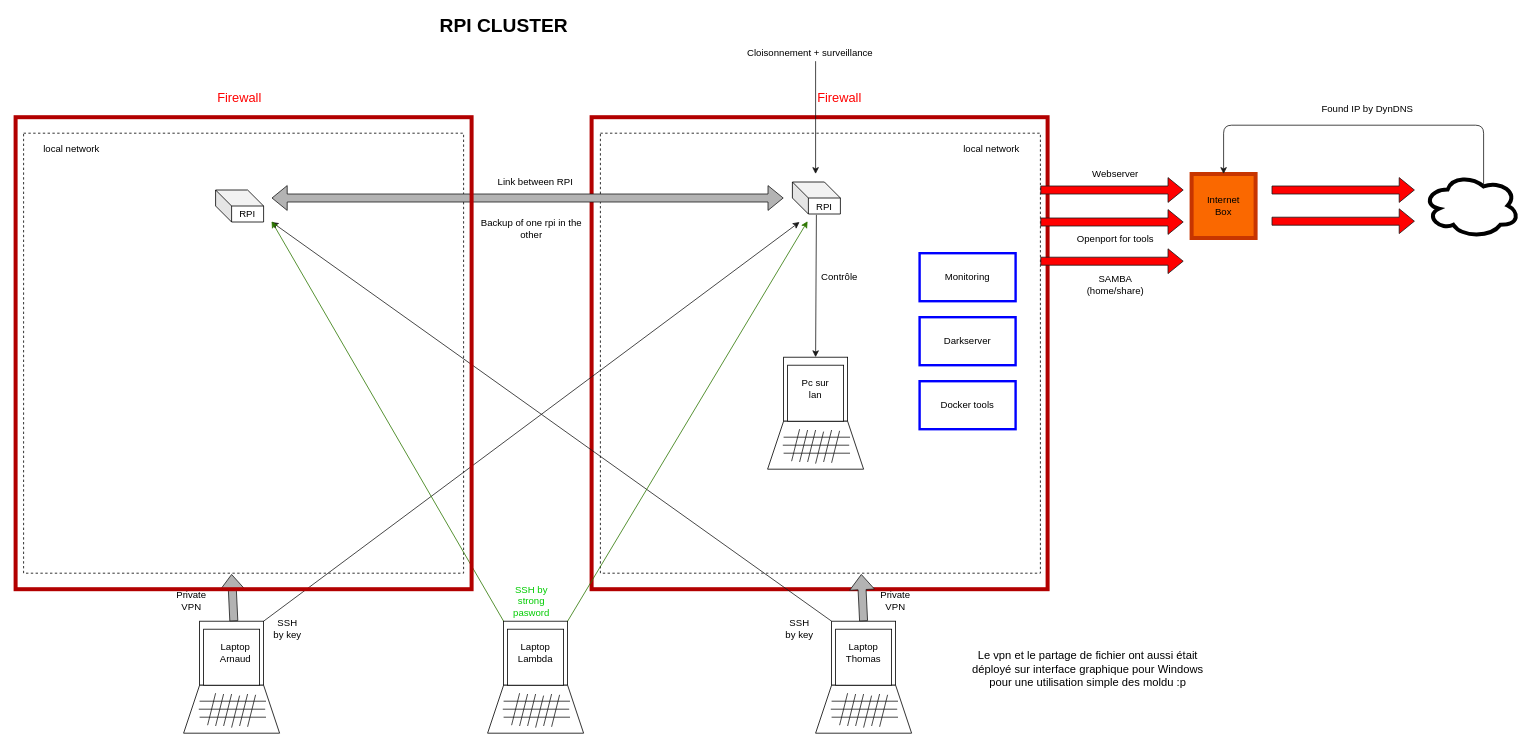
This is RPI_SERVER.drawio from YNRA/RPI_SERVER, a draw.io file, before an edit. Source tidied: cells renumbered, new cells numbered last; positions are measured from the earlier drawing's top-left corner, leaving out a move shared by most shapes. Both pictures are drawn from the tidied source at 80%, with x=0, y=0 at pixel (15, 21).
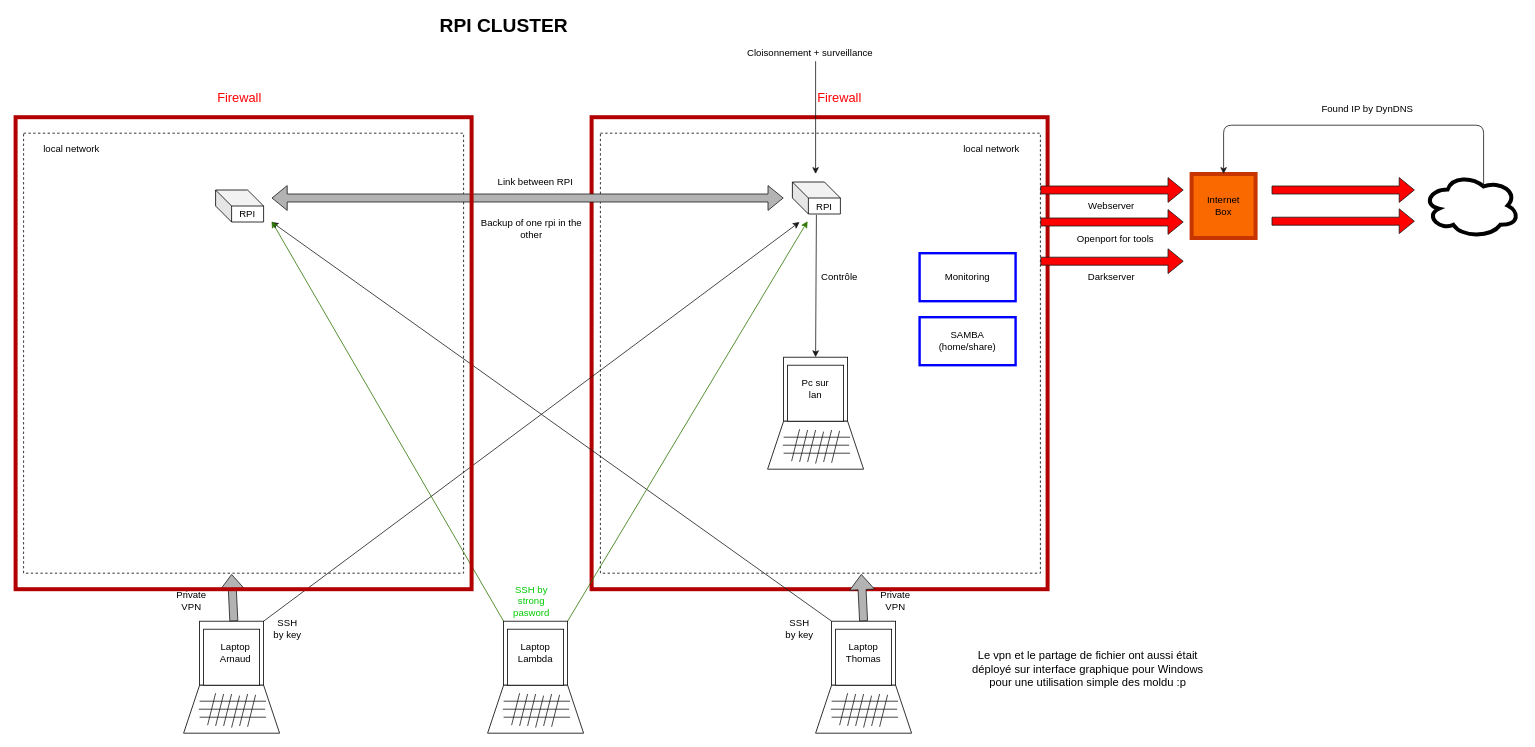
Above is the later version.

Change to the diagram source:
```diff
@@
     <mxCell id="72" value="Webserver" style="text;html=1;strokeColor=none;fillColor=none;align=center;verticalAlign=middle;whiteSpace=wrap;rounded=0;" parent="1" vertex="1">
-      <mxGeometry x="1340" y="181" width="70" height="20" as="geometry" />
+      <mxGeometry x="1335" y="220.5" width="70" height="20" as="geometry" />
     </mxCell>
@@
     <mxCell id="87" value="Darkserver" style="text;html=1;strokeColor=none;fillColor=none;align=center;verticalAlign=middle;whiteSpace=wrap;rounded=0;" parent="1" vertex="1">
-      <mxGeometry x="1140" y="380" width="100" height="40" as="geometry" />
+      <mxGeometry x="1320" y="300" width="100" height="40" as="geometry" />
     </mxCell>
-    <mxCell id="88" style="rounded=0;whiteSpace=wrap;html=1;strokeWidth=3;fillColor=none;gradientColor=none;strokeColor=#0000FF;" parent="1" vertex="1">
-      <mxGeometry x="1130" y="450" width="120" height="60" as="geometry" />
-    </mxCell>
-    <mxCell id="89" value="Docker tools" style="text;html=1;strokeColor=none;fillColor=none;align=center;verticalAlign=middle;whiteSpace=wrap;rounded=0;" parent="1" vertex="1">
-      <mxGeometry x="1140" y="460" width="100" height="40" as="geometry" />
-    </mxCell>
@@
     <mxCell id="109" value="SAMBA&lt;br&gt;(home/share)" style="text;html=1;strokeColor=none;fillColor=none;align=center;verticalAlign=middle;whiteSpace=wrap;rounded=0;" parent="1" vertex="1">
-      <mxGeometry x="1325" y="320" width="100" height="20" as="geometry" />
+      <mxGeometry x="1140" y="390" width="100" height="20" as="geometry" />
     </mxCell>
```
